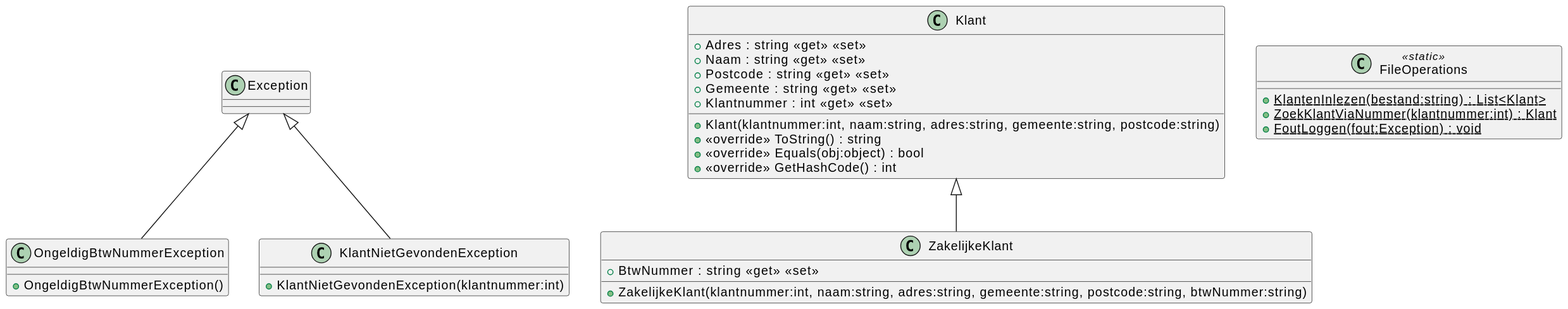
This is 12/12_01/svg/Overview.svg from it-graduaten/template-csharp-ooprogramming-permanente-evaluatie, a PlantUML export, as it was before one commit. The source it was exported from:
```plantuml
@startuml
!include OngeldigBtwNummerException.puml
!include ZakelijkeKlant.puml
!include KlantNietGevondenException.puml
!include FileOperations.puml
!include Klant.puml
@enduml
```
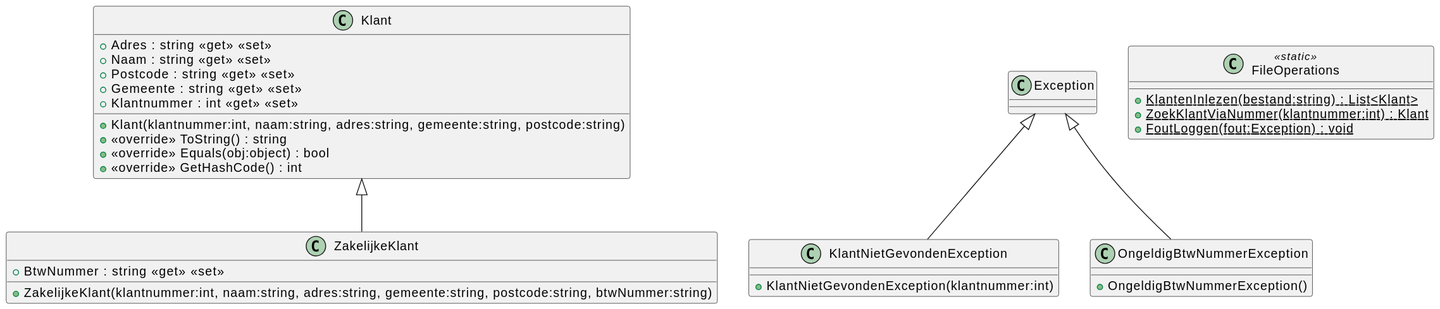
After the commit.

Diff of the diagram source:
```diff
@@ -1,7 +1,7 @@
 @startuml
-!include OngeldigBtwNummerException.puml
+!include Klant.puml
 !include ZakelijkeKlant.puml
 !include KlantNietGevondenException.puml
+!include OngeldigBtwNummerException.puml
 !include FileOperations.puml
-!include Klant.puml
 @enduml
```
